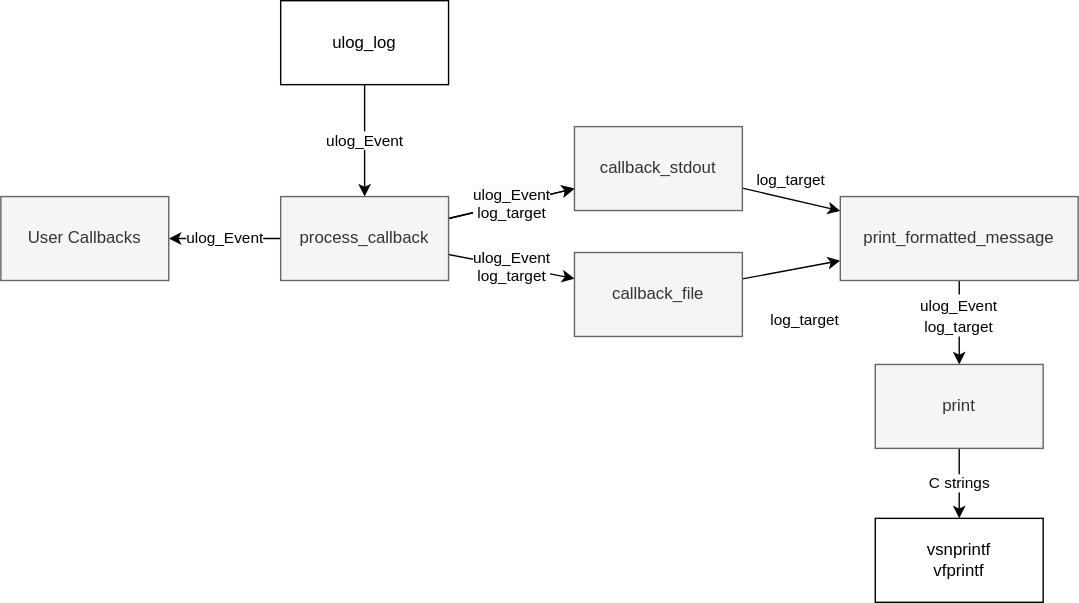
Above: doc/design/design.drawio.svg in an-dr/microlog (draw.io), before the change. Source tidied: cells renumbered, new cells last; positions are measured from the earlier drawing's top-left corner, leaving out a move shared by most shapes.
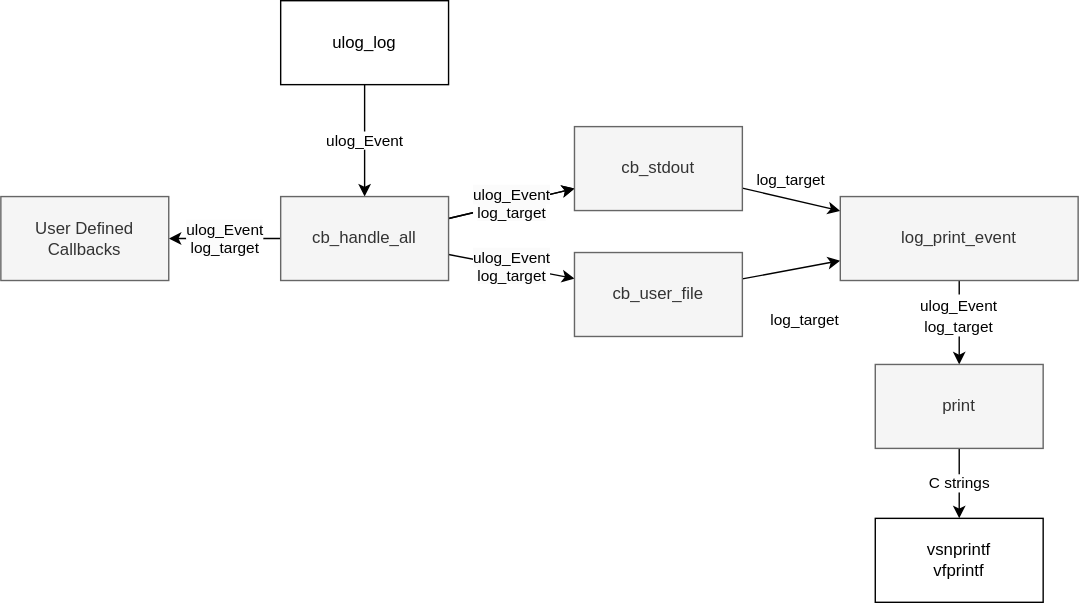
Later version of the same file.

Diff of the diagram source:
```diff
@@ -17,31 +17,31 @@
     <mxCell id="6" value="&lt;font style=&quot;font-size: 12px; text-wrap-mode: wrap; background-color: rgb(251, 251, 251);&quot;&gt;&lt;span style=&quot;font-size: 11px; text-wrap-mode: nowrap;&quot;&gt;ulog_Event&lt;/span&gt;&lt;/font&gt;&lt;br style=&quot;font-size: 12px; text-wrap-mode: wrap; background-color: rgb(251, 251, 251);&quot;&gt;&lt;span style=&quot;background-color: rgb(251, 251, 251);&quot;&gt;log_target&lt;/span&gt;" style="edgeStyle=none;html=1;" parent="1" edge="1" source="8" target="12">
       <mxGeometry relative="1" as="geometry" />
     </mxCell>
-    <mxCell id="7" value="ulog_Event" style="edgeStyle=none;html=1;" parent="1" edge="1" source="8" target="13">
+    <mxCell id="7" value="&lt;font style=&quot;text-wrap-mode: wrap; font-size: 12px; background-color: rgb(251, 251, 251);&quot;&gt;&lt;span style=&quot;font-size: 11px; text-wrap-mode: nowrap;&quot;&gt;ulog_Event&lt;/span&gt;&lt;/font&gt;&lt;br style=&quot;text-wrap-mode: wrap; font-size: 12px; background-color: rgb(251, 251, 251);&quot;&gt;&lt;span style=&quot;background-color: rgb(251, 251, 251);&quot;&gt;log_target&lt;/span&gt;" style="edgeStyle=none;html=1;" parent="1" edge="1" source="8" target="13">
       <mxGeometry relative="1" as="geometry" />
     </mxCell>
-    <mxCell id="8" value="process_callback" style="rounded=0;whiteSpace=wrap;html=1;fillColor=#f5f5f5;fontColor=#333333;strokeColor=#666666;" parent="1" vertex="1">
+    <mxCell id="8" value="cb_handle_all" style="rounded=0;whiteSpace=wrap;html=1;fillColor=#f5f5f5;fontColor=#333333;strokeColor=#666666;" parent="1" vertex="1">
       <mxGeometry x="200" y="140" width="120" height="60" as="geometry" />
     </mxCell>
     <mxCell id="9" style="edgeStyle=none;html=1;" parent="1" edge="1" source="10" target="15">
       <mxGeometry relative="1" as="geometry" />
     </mxCell>
-    <mxCell id="10" value="callback_stdout" style="whiteSpace=wrap;html=1;rounded=0;fillColor=#f5f5f5;fontColor=#333333;strokeColor=#666666;" parent="1" vertex="1">
+    <mxCell id="10" value="cb_stdout" style="whiteSpace=wrap;html=1;rounded=0;fillColor=#f5f5f5;fontColor=#333333;strokeColor=#666666;" parent="1" vertex="1">
       <mxGeometry x="410" y="90" width="120" height="60" as="geometry" />
     </mxCell>
     <mxCell id="11" style="edgeStyle=none;html=1;" parent="1" edge="1" source="12" target="15">
       <mxGeometry relative="1" as="geometry" />
     </mxCell>
-    <mxCell id="12" value="callback_file" style="whiteSpace=wrap;html=1;rounded=0;fillColor=#f5f5f5;fontColor=#333333;strokeColor=#666666;" parent="1" vertex="1">
+    <mxCell id="12" value="cb_user_file" style="whiteSpace=wrap;html=1;rounded=0;fillColor=#f5f5f5;fontColor=#333333;strokeColor=#666666;" parent="1" vertex="1">
       <mxGeometry x="410" y="180" width="120" height="60" as="geometry" />
     </mxCell>
-    <mxCell id="13" value="User Callbacks" style="whiteSpace=wrap;html=1;rounded=0;fillColor=#f5f5f5;fontColor=#333333;strokeColor=#666666;" parent="1" vertex="1">
+    <mxCell id="13" value="User Defined Callbacks" style="whiteSpace=wrap;html=1;rounded=0;fillColor=#f5f5f5;fontColor=#333333;strokeColor=#666666;" parent="1" vertex="1">
       <mxGeometry y="140" width="120" height="60" as="geometry" />
     </mxCell>
     <mxCell id="14" style="edgeStyle=none;html=1;" parent="1" edge="1" source="15" target="17">
       <mxGeometry relative="1" as="geometry" />
     </mxCell>
-    <mxCell id="15" value="print_formatted_message" style="whiteSpace=wrap;html=1;rounded=0;fillColor=#f5f5f5;fontColor=#333333;strokeColor=#666666;" parent="1" vertex="1">
+    <mxCell id="15" value="log_print_event" style="whiteSpace=wrap;html=1;rounded=0;fillColor=#f5f5f5;fontColor=#333333;strokeColor=#666666;" parent="1" vertex="1">
       <mxGeometry x="600" y="140" width="170" height="60" as="geometry" />
     </mxCell>
     <mxCell id="16" value="C strings" style="edgeStyle=none;html=1;" parent="1" edge="1" source="17" target="18">
```
